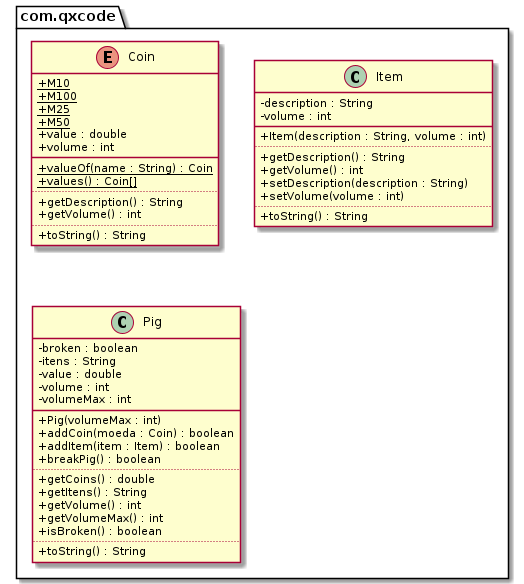
This is Trabalhos/011/diagrama.png from Atilio-Luiz/poo_2022_1, a PlantUML export, as it was before one commit.
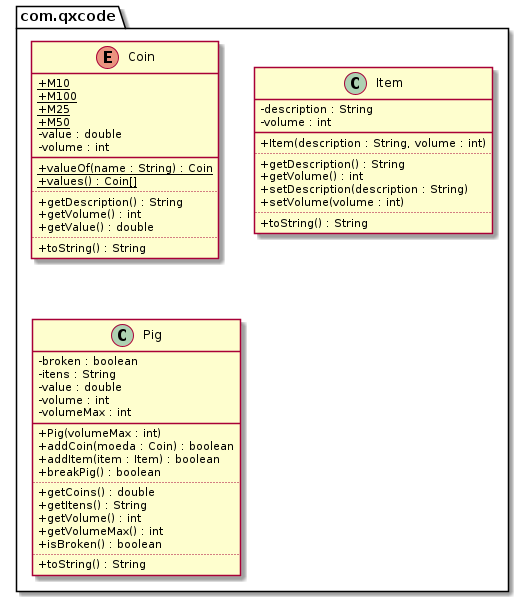
Above is the later version.

Change to the diagram source:
```diff
@@ -6,14 +6,15 @@
     + M100 {static}
     + M25 {static}
     + M50 {static}
-    + value : double
-    + volume : int
+    - value : double
+    - volume : int
     __
     + valueOf(name : String) : Coin {static}
     + values() : Coin[] {static}
     ..
     + getDescription() : String
     + getVolume() : int
+    + getValue() : double
     ..
     + toString() : String
   }
```
